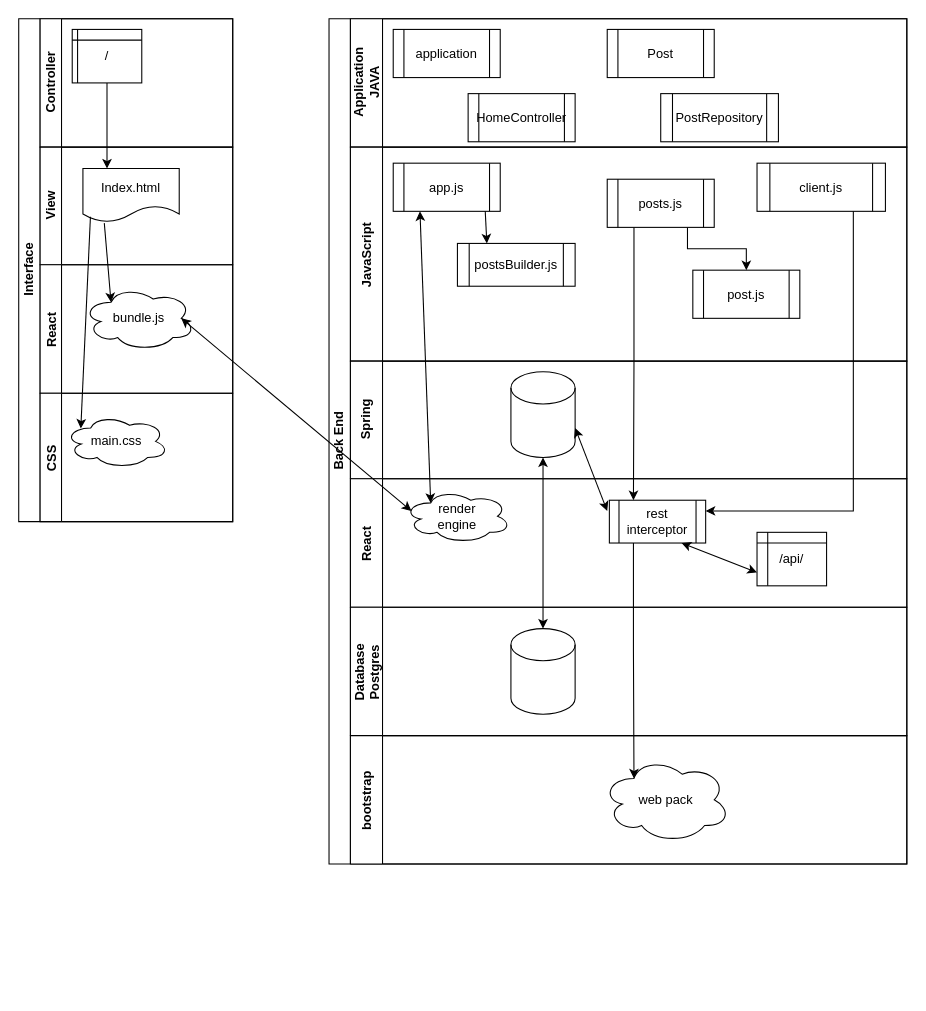
Above: docs/Untitled Diagram.drawio in GDCStoney/acebook-java-4Aces (draw.io), before the change. Source tidied: cells renumbered, new cells numbered last; positions are measured from the earlier drawing's top-left corner, leaving out a move shared by most shapes. Both pictures are drawn from the tidied source at 107%, with x=0, y=0 at pixel (18, 18).
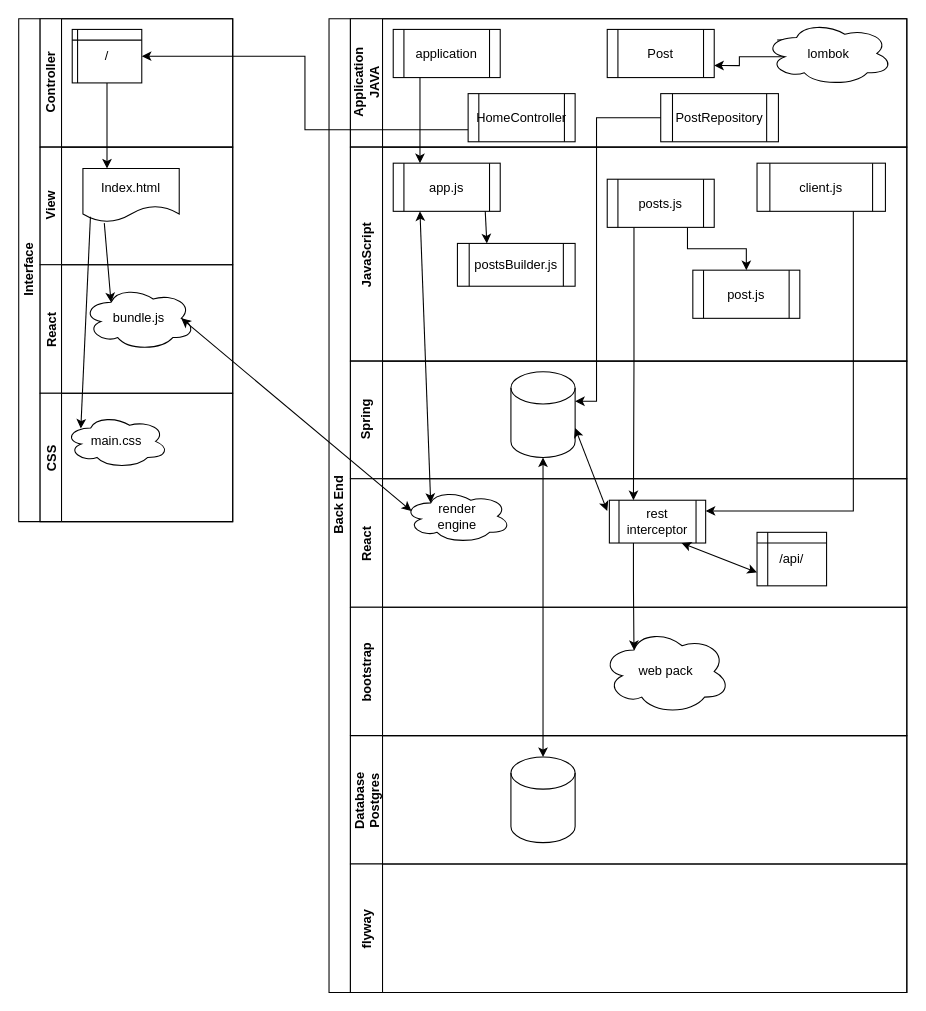
Above is the later version.

The change refers to these unchanged cells:
```xml
<mxCell id="4" value="/" style="shape=internalStorage;whiteSpace=wrap;html=1;backgroundOutline=1;dx=5;dy=10;" parent="3" vertex="1">
  <mxGeometry x="30" y="10" width="65" height="50" as="geometry" />
</mxCell>
<mxCell id="15" value="Application&lt;br&gt;JAVA" style="swimlane;html=1;startSize=30;horizontal=0;" parent="14" vertex="1">
  <mxGeometry x="20" width="520" height="120" as="geometry" />
</mxCell>
<mxCell id="16" value="application" style="shape=process;whiteSpace=wrap;html=1;backgroundOutline=1;" parent="15" vertex="1">
  <mxGeometry x="40" y="10" width="100" height="45" as="geometry" />
</mxCell>
<mxCell id="17" value="HomeController" style="shape=process;whiteSpace=wrap;html=1;backgroundOutline=1;" parent="15" vertex="1">
  <mxGeometry x="110" y="70" width="100" height="45" as="geometry" />
</mxCell>
<mxCell id="18" value="Post" style="shape=process;whiteSpace=wrap;html=1;backgroundOutline=1;" parent="15" vertex="1">
  <mxGeometry x="240" y="10" width="100" height="45" as="geometry" />
</mxCell>
<mxCell id="19" value="PostRepository" style="shape=process;whiteSpace=wrap;html=1;backgroundOutline=1;" parent="15" vertex="1">
  <mxGeometry x="290" y="70" width="110" height="45" as="geometry" />
</mxCell>
<mxCell id="21" value="app.js" style="shape=process;whiteSpace=wrap;html=1;backgroundOutline=1;" parent="20" vertex="1">
  <mxGeometry x="40" y="15" width="100" height="45" as="geometry" />
</mxCell>
<mxCell id="29" style="shape=cylinder3;whiteSpace=wrap;html=1;boundedLbl=1;backgroundOutline=1;size=15;" parent="28" vertex="1">
  <mxGeometry x="150" y="10" width="60" height="80" as="geometry" />
</mxCell>
```

Change to the diagram source:
```diff
@@
     <mxCell id="14" value="Back End" style="swimlane;html=1;horizontal=0;startSize=20;" parent="1" vertex="1">
-      <mxGeometry x="290" width="540" height="790" as="geometry" />
+      <mxGeometry x="290" width="540" height="910" as="geometry" />
     </mxCell>
@@
+    <mxCell id="46" style="edgeStyle=orthogonalEdgeStyle;rounded=0;orthogonalLoop=1;jettySize=auto;html=1;exitX=0.098;exitY=0.289;exitDx=0;exitDy=0;entryX=0.16;entryY=0.55;entryDx=0;entryDy=0;entryPerimeter=0;exitPerimeter=0;" parent="15" edge="1" source="48" target="48">
+      <mxGeometry relative="1" as="geometry" />
+    </mxCell>
@@
+    <mxCell id="47" style="edgeStyle=orthogonalEdgeStyle;rounded=0;jettySize=auto;html=1;exitX=0.16;exitY=0.55;exitDx=0;exitDy=0;exitPerimeter=0;entryX=1;entryY=0.75;entryDx=0;entryDy=0;" parent="15" edge="1" source="48" target="18">
+      <mxGeometry relative="1" as="geometry" />
+    </mxCell>
+    <mxCell id="48" value="lombok" style="ellipse;shape=cloud;whiteSpace=wrap;html=1;" parent="15" vertex="1">
+      <mxGeometry x="387" y="2.5" width="120" height="60" as="geometry" />
+    </mxCell>
@@
-    <mxCell id="36" value="Database&#10;Postgres" style="swimlane;startSize=30;horizontal=0;" parent="14" vertex="1">
-      <mxGeometry x="20" y="550" width="520" height="120" as="geometry" />
-    </mxCell>
-    <mxCell id="37" style="shape=cylinder3;whiteSpace=wrap;html=1;boundedLbl=1;backgroundOutline=1;size=15;" parent="36" vertex="1">
-      <mxGeometry x="150" y="20" width="60" height="80" as="geometry" />
-    </mxCell>
@@
     <mxCell id="39" value="bootstrap" style="swimlane;startSize=30;horizontal=0;" parent="14" vertex="1">
-      <mxGeometry x="20" y="670" width="520" height="120" as="geometry" />
+      <mxGeometry x="20" y="550" width="520" height="120" as="geometry" />
     </mxCell>
@@
+    <mxCell id="49" style="edgeStyle=orthogonalEdgeStyle;rounded=0;jettySize=auto;html=1;exitX=0;exitY=0.5;exitDx=0;exitDy=0;entryX=1;entryY=0;entryDx=0;entryDy=27.5;entryPerimeter=0;" parent="14" edge="1" source="19" target="29">
+      <mxGeometry relative="1" as="geometry">
+        <Array as="points">
+          <mxPoint x="250" y="93" />
+          <mxPoint x="250" y="358" />
+        </Array>
+      </mxGeometry>
+    </mxCell>
+    <mxCell id="50" style="edgeStyle=orthogonalEdgeStyle;rounded=0;jettySize=auto;html=1;exitX=0.25;exitY=1;exitDx=0;exitDy=0;entryX=0.25;entryY=0;entryDx=0;entryDy=0;" parent="14" edge="1" source="16" target="21">
+      <mxGeometry relative="1" as="geometry" />
+    </mxCell>
+    <mxCell id="36" value="Database&#10;Postgres" style="swimlane;startSize=30;horizontal=0;" parent="14" vertex="1">
+      <mxGeometry x="20" y="670" width="520" height="120" as="geometry" />
+    </mxCell>
+    <mxCell id="37" style="shape=cylinder3;whiteSpace=wrap;html=1;boundedLbl=1;backgroundOutline=1;size=15;" parent="36" vertex="1">
+      <mxGeometry x="150" y="20" width="60" height="80" as="geometry" />
+    </mxCell>
+    <mxCell id="51" value="flyway" style="swimlane;startSize=30;horizontal=0;" parent="14" vertex="1">
+      <mxGeometry x="20" y="790" width="520" height="120" as="geometry" />
+    </mxCell>
@@
+    <mxCell id="52" style="edgeStyle=orthogonalEdgeStyle;rounded=0;jettySize=auto;html=1;exitX=0;exitY=0.75;exitDx=0;exitDy=0;entryX=1;entryY=0.5;entryDx=0;entryDy=0;" parent="1" edge="1" source="17" target="4">
+      <mxGeometry relative="1" as="geometry" />
+    </mxCell>
```
